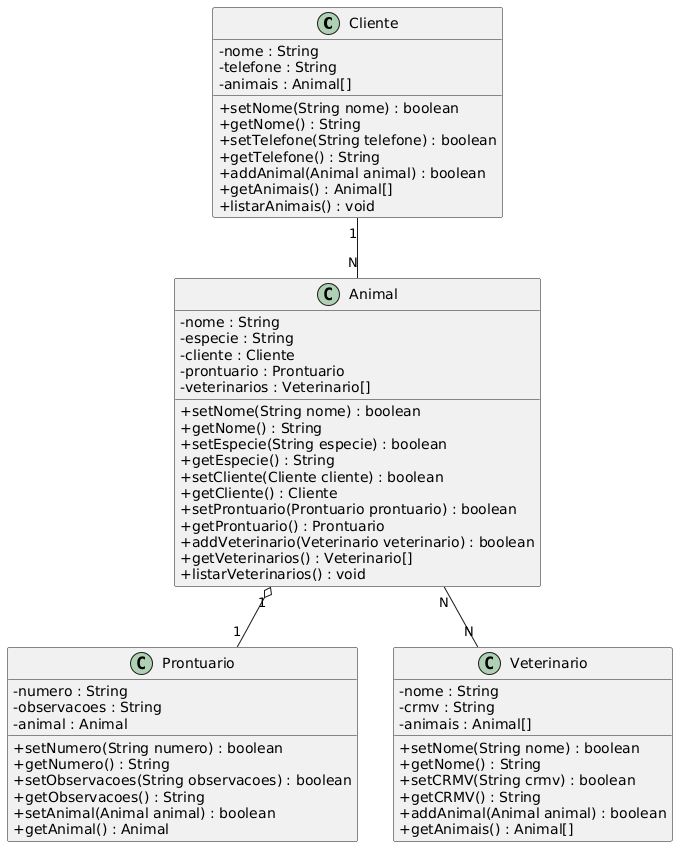
Before: docs/tutorial-exercicios/images/clinica_veterinaria.png, a diagram exported from PlantUML (vaguettibfd/docusaurus_jsooebook). Source of this version:
```plantuml
@startuml
skinparam classAttributeIconSize 0

class Cliente {
- nome : String
- telefone : String
- animais : Animal[]
+ setNome(String nome) : boolean
+ getNome() : String
+ setTelefone(String telefone) : boolean
+ getTelefone() : String
+ addAnimal(Animal animal) : boolean
+ getAnimais() : Animal[]
+ listarAnimais() : void
}

class Animal {
- nome : String
- especie : String
- cliente : Cliente
- prontuario : Prontuario
- veterinarios : Veterinario[]
+ setNome(String nome) : boolean
+ getNome() : String
+ setEspecie(String especie) : boolean
+ getEspecie() : String
+ setCliente(Cliente cliente) : boolean
+ getCliente() : Cliente
+ setProntuario(Prontuario prontuario) : boolean
+ getProntuario() : Prontuario
+ addVeterinario(Veterinario veterinario) : boolean
+ getVeterinarios() : Veterinario[]
+ listarVeterinarios() : void
}

class Prontuario {
- numero : String
- observacoes : String
- animal : Animal
+ setNumero(String numero) : boolean
+ getNumero() : String
+ setObservacoes(String observacoes) : boolean
+ getObservacoes() : String
+ setAnimal(Animal animal) : boolean
+ getAnimal() : Animal
}

class Veterinario {
- nome : String
- crmv : String
- animais : Animal[]
+ setNome(String nome) : boolean
+ getNome() : String
+ setCRMV(String crmv) : boolean
+ getCRMV() : String
+ addAnimal(Animal animal) : boolean
+ getAnimais() : Animal[]
}

Cliente "1" -- "N" Animal

Animal "1" o-- "1" Prontuario

Animal "N" -- "N" Veterinario
@enduml
```
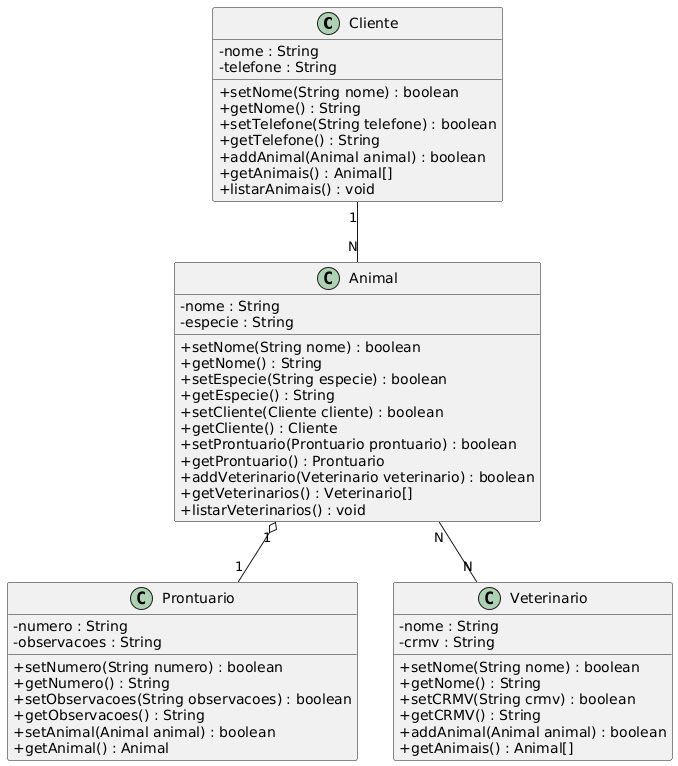
The same diagram one commit later.

Commit message:
atualização de diagrama

Change to the diagram source:
```diff
@@ -4,7 +4,6 @@
 class Cliente {
 - nome : String
 - telefone : String
-- animais : Animal[]
 + setNome(String nome) : boolean
 + getNome() : String
 + setTelefone(String telefone) : boolean
@@ -17,9 +16,6 @@
 class Animal {
 - nome : String
 - especie : String
-- cliente : Cliente
-- prontuario : Prontuario
-- veterinarios : Veterinario[]
 + setNome(String nome) : boolean
 + getNome() : String
 + setEspecie(String especie) : boolean
@@ -36,7 +32,6 @@
 class Prontuario {
 - numero : String
 - observacoes : String
-- animal : Animal
 + setNumero(String numero) : boolean
 + getNumero() : String
 + setObservacoes(String observacoes) : boolean
@@ -48,7 +43,6 @@
 class Veterinario {
 - nome : String
 - crmv : String
-- animais : Animal[]
 + setNome(String nome) : boolean
 + getNome() : String
 + setCRMV(String crmv) : boolean
```
